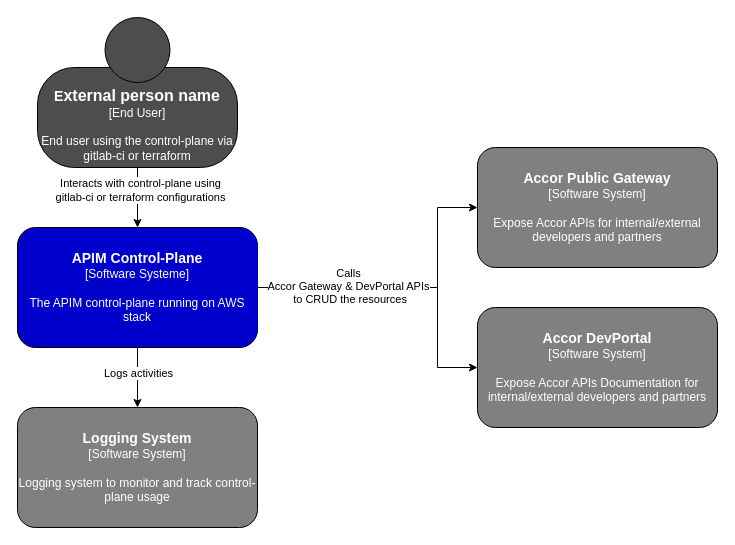
The draw.io diagram page "Page-6" (6 of 6) of DAT apim-control-plane.drawio in 41M3/draw.io, before the edit. Source tidied: cells renumbered, new cells numbered last; positions are measured from the earlier drawing's top-left corner, leaving out a move shared by most shapes. Both pictures are drawn from the tidied source at 100%, with x=0, y=0 at pixel (17, 17).
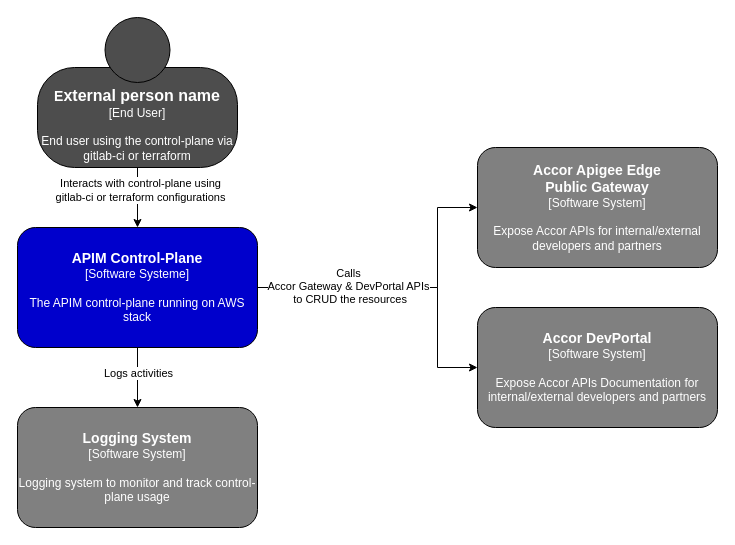
The same diagram, later.

Diff of the diagram source:
```diff
@@
 <mxGraphModel>
   <root>
     <mxCell id="0" />
     <mxCell id="1" parent="0" />
     <mxCell id="2" style="edgeStyle=orthogonalEdgeStyle;rounded=0;jettySize=auto;html=1;entryX=0.5;entryY=0;entryDx=0;entryDy=0;" parent="1" edge="1" source="4" target="9">
       <mxGeometry relative="1" as="geometry" />
     </mxCell>
     <mxCell id="3" value="Interacts with control-plane using &lt;br&gt;gitlab-ci or terraform configurations" style="edgeLabel;html=1;align=center;verticalAlign=middle;" parent="2" vertex="1">
       <mxGeometry x="-0.27" y="2" relative="1" as="geometry" />
     </mxCell>
     <mxCell id="4" value="&lt;font style=&quot;color: rgb(255, 255, 255);&quot;&gt;&lt;font style=&quot;&quot;&gt;&lt;br&gt;&lt;b style=&quot;&quot;&gt;&lt;font style=&quot;font-size: 14px;&quot;&gt;E&lt;/font&gt;&lt;/b&gt;&lt;/font&gt;&lt;font style=&quot;&quot; size=&quot;3&quot;&gt;&lt;b style=&quot;&quot;&gt;xternal person name&lt;/b&gt;&lt;/font&gt;&lt;/font&gt;&lt;div&gt;&lt;font style=&quot;color: rgb(255, 255, 255);&quot;&gt;&lt;font style=&quot;font-size: 12px;&quot;&gt;[End User]&lt;br&gt;&lt;/font&gt;&lt;br&gt;&lt;font style=&quot;font-size: 12px;&quot;&gt;End user using the control-plane via gitlab-ci or terraform&lt;/font&gt;&lt;/font&gt;&lt;/div&gt;" style="rounded=1;whiteSpace=wrap;html=1;arcSize=37;fillColor=#4D4D4D;" parent="1" vertex="1">
       <mxGeometry x="20" y="50" width="200" height="100" as="geometry" />
     </mxCell>
     <mxCell id="5" style="ellipse;whiteSpace=wrap;html=1;fillColor=#4D4D4D;" parent="1" vertex="1">
       <mxGeometry x="87.5" width="65" height="65" as="geometry" />
     </mxCell>
     <mxCell id="6" style="edgeStyle=orthogonalEdgeStyle;rounded=0;jettySize=auto;html=1;entryX=0;entryY=0.5;entryDx=0;entryDy=0;" parent="1" edge="1" source="9" target="13">
       <mxGeometry relative="1" as="geometry">
         <Array as="points">
           <mxPoint x="420" y="270" />
           <mxPoint x="420" y="190" />
         </Array>
       </mxGeometry>
     </mxCell>
     <mxCell id="7" style="edgeStyle=orthogonalEdgeStyle;rounded=0;jettySize=auto;html=1;entryX=0;entryY=0.5;entryDx=0;entryDy=0;" parent="1" edge="1" source="9" target="14">
       <mxGeometry relative="1" as="geometry">
         <Array as="points">
           <mxPoint x="420" y="270" />
           <mxPoint x="420" y="350" />
         </Array>
       </mxGeometry>
     </mxCell>
     <mxCell id="8" value="Calls&lt;br&gt;Accor Gateway &amp;amp; DevPortal APIs&lt;br&gt;&amp;nbsp;to CRUD the resources" style="edgeLabel;html=1;align=center;verticalAlign=middle;" parent="7" vertex="1">
       <mxGeometry x="-0.53" y="2" relative="1" as="geometry">
         <mxPoint x="19" as="offset" />
       </mxGeometry>
     </mxCell>
     <mxCell id="9" value="&lt;font style=&quot;color: rgb(255, 255, 255); font-size: 14px;&quot;&gt;&lt;b&gt;APIM Control-Plane&lt;/b&gt;&lt;/font&gt;&lt;div&gt;&lt;font style=&quot;color: rgb(255, 255, 255);&quot;&gt;[Software Systeme]&lt;/font&gt;&lt;/div&gt;&lt;div&gt;&lt;font style=&quot;color: rgb(255, 255, 255);&quot;&gt;&lt;br&gt;&lt;/font&gt;&lt;/div&gt;&lt;div&gt;&lt;font style=&quot;color: rgb(255, 255, 255);&quot;&gt;The APIM control-plane running on AWS stack&lt;/font&gt;&lt;/div&gt;" style="rounded=1;whiteSpace=wrap;html=1;fillColor=#0000CC;" parent="1" vertex="1">
       <mxGeometry y="210" width="240" height="120" as="geometry" />
     </mxCell>
     <mxCell id="10" value="&lt;div&gt;&lt;font style=&quot;color: rgb(255, 255, 255);&quot;&gt;&lt;font style=&quot;font-size: 14px;&quot;&gt;&lt;b&gt;Logging System&lt;br&gt;&lt;/b&gt;&lt;/font&gt;[Software System]&lt;/font&gt;&lt;/div&gt;&lt;div&gt;&lt;font style=&quot;color: rgb(255, 255, 255);&quot;&gt;&lt;br&gt;&lt;/font&gt;&lt;/div&gt;&lt;div&gt;&lt;font style=&quot;color: rgb(255, 255, 255);&quot;&gt;Logging system to monitor and track control-plane usage&lt;/font&gt;&lt;/div&gt;" style="rounded=1;whiteSpace=wrap;html=1;fillColor=#808080;" parent="1" vertex="1">
       <mxGeometry y="390" width="240" height="120" as="geometry" />
     </mxCell>
     <mxCell id="11" style="edgeStyle=orthogonalEdgeStyle;rounded=0;jettySize=auto;html=1;entryX=0.5;entryY=0;entryDx=0;entryDy=0;" parent="1" edge="1" source="9" target="10">
       <mxGeometry relative="1" as="geometry" />
     </mxCell>
     <mxCell id="12" value="Logs activities" style="edgeLabel;html=1;align=center;verticalAlign=middle;" parent="11" vertex="1">
       <mxGeometry x="-0.17" relative="1" as="geometry" />
     </mxCell>
-    <mxCell id="13" value="&lt;div&gt;&lt;font style=&quot;color: rgb(255, 255, 255);&quot;&gt;&lt;span style=&quot;font-size: 14px;&quot;&gt;&lt;b&gt;Accor Public Gateway&lt;br&gt;&lt;/b&gt;&lt;/span&gt;[Software System]&lt;/font&gt;&lt;/div&gt;&lt;div&gt;&lt;font style=&quot;color: rgb(255, 255, 255);&quot;&gt;&lt;br&gt;&lt;/font&gt;&lt;/div&gt;&lt;div&gt;&lt;font style=&quot;color: rgb(255, 255, 255);&quot;&gt;Expose Accor APIs for internal/external developers and partners&lt;/font&gt;&lt;/div&gt;" style="rounded=1;whiteSpace=wrap;html=1;fillColor=#808080;" parent="1" vertex="1">
+    <mxCell id="13" value="&lt;div&gt;&lt;font style=&quot;color: rgb(255, 255, 255);&quot;&gt;&lt;span style=&quot;font-size: 14px;&quot;&gt;&lt;b&gt;Accor Apigee Edge &lt;br&gt;Public Gateway&lt;br&gt;&lt;/b&gt;&lt;/span&gt;[Software System]&lt;/font&gt;&lt;/div&gt;&lt;div&gt;&lt;font style=&quot;color: rgb(255, 255, 255);&quot;&gt;&lt;br&gt;&lt;/font&gt;&lt;/div&gt;&lt;div&gt;&lt;font style=&quot;color: rgb(255, 255, 255);&quot;&gt;Expose Accor APIs for internal/external developers and partners&lt;/font&gt;&lt;/div&gt;" style="rounded=1;whiteSpace=wrap;html=1;fillColor=#808080;" parent="1" vertex="1">
       <mxGeometry x="460" y="130" width="240" height="120" as="geometry" />
     </mxCell>
     <mxCell id="14" value="&lt;div&gt;&lt;font style=&quot;color: rgb(255, 255, 255);&quot;&gt;&lt;span style=&quot;font-size: 14px;&quot;&gt;&lt;b&gt;Accor DevPortal&lt;br&gt;&lt;/b&gt;&lt;/span&gt;[Software System]&lt;/font&gt;&lt;/div&gt;&lt;div&gt;&lt;font style=&quot;color: rgb(255, 255, 255);&quot;&gt;&lt;br&gt;&lt;/font&gt;&lt;/div&gt;&lt;div&gt;&lt;font style=&quot;color: rgb(255, 255, 255);&quot;&gt;Expose Accor APIs Documentation for internal/external developers and partners&lt;/font&gt;&lt;/div&gt;" style="rounded=1;whiteSpace=wrap;html=1;fillColor=#808080;" parent="1" vertex="1">
       <mxGeometry x="460" y="290" width="240" height="120" as="geometry" />
     </mxCell>
   </root>
 </mxGraphModel>
```
